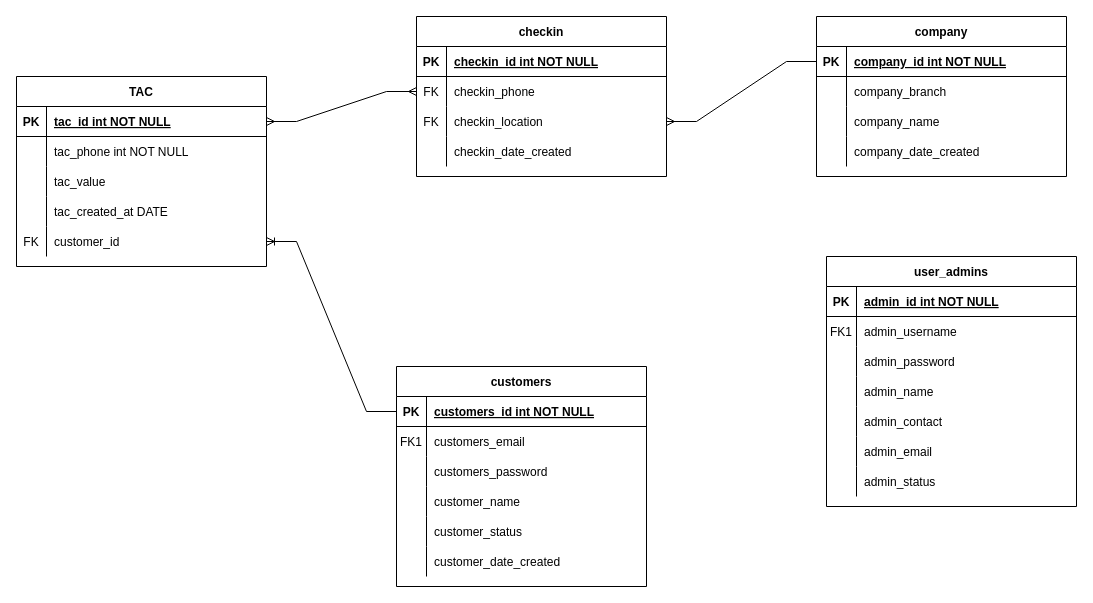
Above: daily_assignment.drawio in ahmadanwar93/SET_Day_28 (draw.io), before the change. Source tidied: cells renumbered, new cells numbered last; positions are measured from the earlier drawing's top-left corner, leaving out a move shared by most shapes. Both pictures are drawn from the tidied source at 100%, with x=0, y=0 at pixel (16, 16).
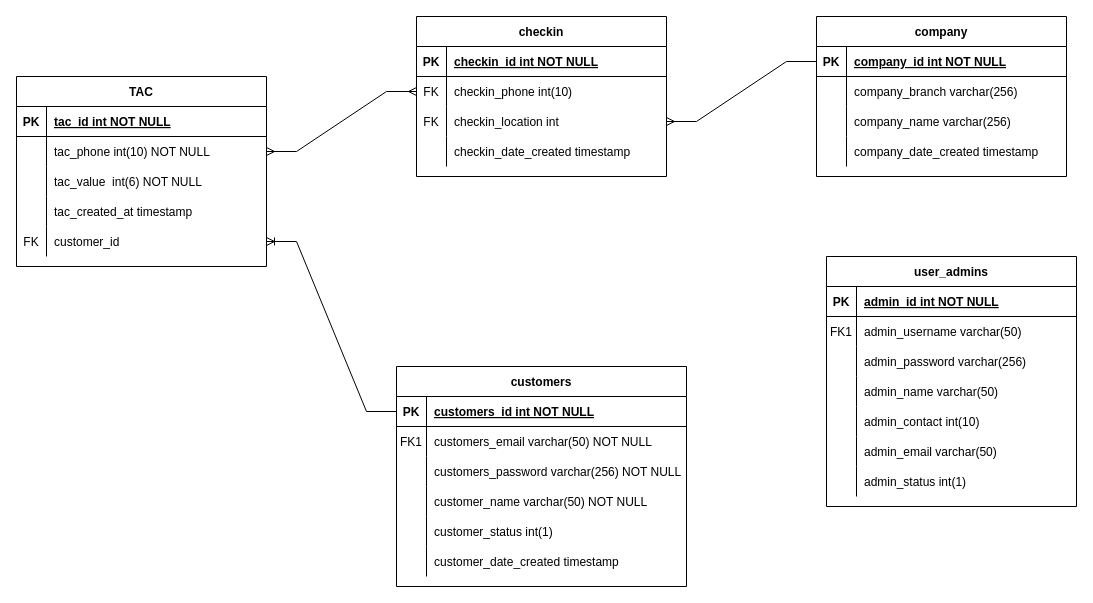
After the change.

The change refers to these unchanged cells:
```xml
<mxCell id="6" style="shape=partialRectangle;fillColor=none;top=0;left=0;right=0;bottom=0;" parent="2" vertex="1">
  <mxGeometry y="60" width="250" height="30" as="geometry" />
</mxCell>
<mxCell id="9" style="shape=partialRectangle;fillColor=none;top=0;left=0;right=0;bottom=0;" parent="2" vertex="1">
  <mxGeometry y="90" width="250" height="30" as="geometry" />
</mxCell>
<mxCell id="12" style="shape=partialRectangle;fillColor=none;top=0;left=0;right=0;bottom=0;" parent="2" vertex="1">
  <mxGeometry y="120" width="250" height="30" as="geometry" />
</mxCell>
<mxCell id="19" style="shape=partialRectangle;fillColor=none;top=0;left=0;right=0;bottom=0;" parent="15" vertex="1">
  <mxGeometry y="60" width="250" height="30" as="geometry" />
</mxCell>
<mxCell id="22" style="shape=partialRectangle;fillColor=none;top=0;left=0;right=0;bottom=0;" parent="15" vertex="1">
  <mxGeometry y="90" width="250" height="30" as="geometry" />
</mxCell>
<mxCell id="25" style="shape=partialRectangle;fillColor=none;top=0;left=0;right=0;bottom=0;" parent="15" vertex="1">
  <mxGeometry y="120" width="250" height="30" as="geometry" />
</mxCell>
<mxCell id="28" style="shape=partialRectangle;fillColor=none;top=0;left=0;right=0;bottom=0;" parent="15" vertex="1">
  <mxGeometry y="150" width="250" height="30" as="geometry" />
</mxCell>
<mxCell id="31" style="shape=partialRectangle;fillColor=none;top=0;left=0;right=0;bottom=0;" parent="15" vertex="1">
  <mxGeometry y="180" width="250" height="30" as="geometry" />
</mxCell>
<mxCell id="34" style="shape=partialRectangle;fillColor=none;top=0;left=0;right=0;bottom=0;" parent="15" vertex="1">
  <mxGeometry y="210" width="250" height="30" as="geometry" />
</mxCell>
<mxCell id="41" style="shape=partialRectangle;fillColor=none;points=[[0,0.5],[1,0.5]];portConstraint=eastwest;top=0;left=0;right=0;bottom=0;" parent="37" vertex="1">
  <mxGeometry y="60" width="250" height="30" as="geometry" />
</mxCell>
<mxCell id="44" style="shape=partialRectangle;fillColor=none;points=[[0,0.5],[1,0.5]];portConstraint=eastwest;top=0;left=0;right=0;bottom=0;" parent="37" vertex="1">
  <mxGeometry y="90" width="250" height="30" as="geometry" />
</mxCell>
<mxCell id="47" style="shape=partialRectangle;fillColor=none;top=0;left=0;right=0;bottom=0;" parent="37" vertex="1">
  <mxGeometry y="120" width="250" height="30" as="geometry" />
</mxCell>
<mxCell id="51" style="shape=partialRectangle;fillColor=none;points=[[0,0.5],[1,0.5]];portConstraint=eastwest;top=0;left=0;right=0;bottom=1;" parent="50" vertex="1">
  <mxGeometry y="30" width="250" height="30" as="geometry" />
</mxCell>
<mxCell id="54" style="shape=partialRectangle;fillColor=none;points=[[0,0.5],[1,0.5]];portConstraint=eastwest;top=0;left=0;right=0;bottom=0;" parent="50" vertex="1">
  <mxGeometry y="60" width="250" height="30" as="geometry" />
</mxCell>
<mxCell id="57" style="shape=partialRectangle;fillColor=none;top=0;left=0;right=0;bottom=0;" parent="50" vertex="1">
  <mxGeometry y="90" width="250" height="30" as="geometry" />
</mxCell>
<mxCell id="60" style="shape=partialRectangle;fillColor=none;top=0;left=0;right=0;bottom=0;" parent="50" vertex="1">
  <mxGeometry y="120" width="250" height="30" as="geometry" />
</mxCell>
```

The edit, as a diff of the source:
```diff
@@
-    <mxCell id="8" value="company_branch" style="shape=partialRectangle;overflow=hidden;fillColor=none;top=0;left=0;bottom=0;right=0;align=left;spacingLeft=6;" parent="6" vertex="1">
+    <mxCell id="8" value="company_branch varchar(256)" style="shape=partialRectangle;overflow=hidden;fillColor=none;top=0;left=0;bottom=0;right=0;align=left;spacingLeft=6;" parent="6" vertex="1">
       <mxGeometry x="30" width="220" height="30" as="geometry" />
     </mxCell>
@@
-    <mxCell id="11" value="company_name" style="shape=partialRectangle;overflow=hidden;fillColor=none;top=0;left=0;bottom=0;right=0;align=left;spacingLeft=6;" parent="9" vertex="1">
+    <mxCell id="11" value="company_name varchar(256)" style="shape=partialRectangle;overflow=hidden;fillColor=none;top=0;left=0;bottom=0;right=0;align=left;spacingLeft=6;" parent="9" vertex="1">
       <mxGeometry x="30" width="220" height="30" as="geometry" />
     </mxCell>
@@
-    <mxCell id="14" value="company_date_created" style="shape=partialRectangle;overflow=hidden;fillColor=none;top=0;left=0;bottom=0;right=0;align=left;spacingLeft=6;" parent="12" vertex="1">
+    <mxCell id="14" value="company_date_created timestamp" style="shape=partialRectangle;overflow=hidden;fillColor=none;top=0;left=0;bottom=0;right=0;align=left;spacingLeft=6;" parent="12" vertex="1">
       <mxGeometry x="30" width="220" height="30" as="geometry" />
     </mxCell>
@@
-    <mxCell id="21" value="admin_username" style="shape=partialRectangle;overflow=hidden;fillColor=none;top=0;left=0;bottom=0;right=0;align=left;spacingLeft=6;" parent="19" vertex="1">
+    <mxCell id="21" value="admin_username varchar(50)" style="shape=partialRectangle;overflow=hidden;fillColor=none;top=0;left=0;bottom=0;right=0;align=left;spacingLeft=6;" parent="19" vertex="1">
       <mxGeometry x="30" width="220" height="30" as="geometry" />
     </mxCell>
@@
-    <mxCell id="24" value="admin_password" style="shape=partialRectangle;overflow=hidden;fillColor=none;top=0;left=0;bottom=0;right=0;align=left;spacingLeft=6;" parent="22" vertex="1">
+    <mxCell id="24" value="admin_password varchar(256)" style="shape=partialRectangle;overflow=hidden;fillColor=none;top=0;left=0;bottom=0;right=0;align=left;spacingLeft=6;" parent="22" vertex="1">
       <mxGeometry x="30" width="220" height="30" as="geometry" />
     </mxCell>
@@
-    <mxCell id="27" value="admin_name" style="shape=partialRectangle;overflow=hidden;fillColor=none;top=0;left=0;bottom=0;right=0;align=left;spacingLeft=6;" parent="25" vertex="1">
+    <mxCell id="27" value="admin_name varchar(50)" style="shape=partialRectangle;overflow=hidden;fillColor=none;top=0;left=0;bottom=0;right=0;align=left;spacingLeft=6;" parent="25" vertex="1">
       <mxGeometry x="30" width="220" height="30" as="geometry" />
     </mxCell>
@@
-    <mxCell id="30" value="admin_contact" style="shape=partialRectangle;overflow=hidden;fillColor=none;top=0;left=0;bottom=0;right=0;align=left;spacingLeft=6;" parent="28" vertex="1">
+    <mxCell id="30" value="admin_contact int(10)" style="shape=partialRectangle;overflow=hidden;fillColor=none;top=0;left=0;bottom=0;right=0;align=left;spacingLeft=6;" parent="28" vertex="1">
       <mxGeometry x="30" width="220" height="30" as="geometry" />
     </mxCell>
@@
-    <mxCell id="33" value="admin_email" style="shape=partialRectangle;overflow=hidden;fillColor=none;top=0;left=0;bottom=0;right=0;align=left;spacingLeft=6;" parent="31" vertex="1">
+    <mxCell id="33" value="admin_email varchar(50)" style="shape=partialRectangle;overflow=hidden;fillColor=none;top=0;left=0;bottom=0;right=0;align=left;spacingLeft=6;" parent="31" vertex="1">
       <mxGeometry x="30" width="220" height="30" as="geometry" />
     </mxCell>
@@
-    <mxCell id="36" value="admin_status" style="shape=partialRectangle;overflow=hidden;fillColor=none;top=0;left=0;bottom=0;right=0;align=left;spacingLeft=6;" parent="34" vertex="1">
+    <mxCell id="36" value="admin_status int(1)" style="shape=partialRectangle;overflow=hidden;fillColor=none;top=0;left=0;bottom=0;right=0;align=left;spacingLeft=6;" parent="34" vertex="1">
       <mxGeometry x="30" width="220" height="30" as="geometry" />
     </mxCell>
@@
-    <mxCell id="43" value="checkin_phone" style="shape=partialRectangle;overflow=hidden;fillColor=none;top=0;left=0;bottom=0;right=0;align=left;spacingLeft=6;" parent="41" vertex="1">
+    <mxCell id="43" value="checkin_phone int(10)" style="shape=partialRectangle;overflow=hidden;fillColor=none;top=0;left=0;bottom=0;right=0;align=left;spacingLeft=6;" parent="41" vertex="1">
       <mxGeometry x="30" width="220" height="30" as="geometry" />
     </mxCell>
@@
-    <mxCell id="46" value="checkin_location" style="shape=partialRectangle;overflow=hidden;fillColor=none;top=0;left=0;bottom=0;right=0;align=left;spacingLeft=6;" parent="44" vertex="1">
+    <mxCell id="46" value="checkin_location int" style="shape=partialRectangle;overflow=hidden;fillColor=none;top=0;left=0;bottom=0;right=0;align=left;spacingLeft=6;" parent="44" vertex="1">
       <mxGeometry x="30" width="220" height="30" as="geometry" />
     </mxCell>
@@
-    <mxCell id="49" value="checkin_date_created" style="shape=partialRectangle;overflow=hidden;fillColor=none;top=0;left=0;bottom=0;right=0;align=left;spacingLeft=6;" parent="47" vertex="1">
+    <mxCell id="49" value="checkin_date_created timestamp" style="shape=partialRectangle;overflow=hidden;fillColor=none;top=0;left=0;bottom=0;right=0;align=left;spacingLeft=6;" parent="47" vertex="1">
       <mxGeometry x="30" width="220" height="30" as="geometry" />
     </mxCell>
@@
-    <mxCell id="56" value="tac_phone int NOT NULL" style="shape=partialRectangle;overflow=hidden;fillColor=none;top=0;left=0;bottom=0;right=0;align=left;spacingLeft=6;" parent="54" vertex="1">
+    <mxCell id="56" value="tac_phone int(10) NOT NULL" style="shape=partialRectangle;overflow=hidden;fillColor=none;top=0;left=0;bottom=0;right=0;align=left;spacingLeft=6;" parent="54" vertex="1">
       <mxGeometry x="30" width="220" height="30" as="geometry" />
     </mxCell>
@@
-    <mxCell id="59" value="tac_value  " style="shape=partialRectangle;overflow=hidden;fillColor=none;top=0;left=0;bottom=0;right=0;align=left;spacingLeft=6;" parent="57" vertex="1">
+    <mxCell id="59" value="tac_value  int(6) NOT NULL" style="shape=partialRectangle;overflow=hidden;fillColor=none;top=0;left=0;bottom=0;right=0;align=left;spacingLeft=6;" parent="57" vertex="1">
       <mxGeometry x="30" width="220" height="30" as="geometry" />
     </mxCell>
@@
-    <mxCell id="62" value="tac_created_at DATE" style="shape=partialRectangle;overflow=hidden;fillColor=none;top=0;left=0;bottom=0;right=0;align=left;spacingLeft=6;" parent="60" vertex="1">
+    <mxCell id="62" value="tac_created_at timestamp" style="shape=partialRectangle;overflow=hidden;fillColor=none;top=0;left=0;bottom=0;right=0;align=left;spacingLeft=6;" parent="60" vertex="1">
       <mxGeometry x="30" width="220" height="30" as="geometry" />
     </mxCell>
@@
     <mxCell id="66" value="customers" style="shape=table;startSize=30;childLayout=tableLayout;rowLines=0;fontStyle=1;align=center;" parent="1" vertex="1">
-      <mxGeometry x="380" y="350" width="250" height="220" as="geometry" />
+      <mxGeometry x="380" y="350" width="290" height="220" as="geometry" />
     </mxCell>
     <mxCell id="67" style="shape=partialRectangle;fillColor=none;points=[[0,0.5],[1,0.5]];portConstraint=eastwest;top=0;left=0;right=0;bottom=1;" parent="66" vertex="1">
-      <mxGeometry y="30" width="250" height="30" as="geometry" />
+      <mxGeometry y="30" width="290" height="30" as="geometry" />
     </mxCell>
@@
     <mxCell id="69" value="customers_id int NOT NULL " style="shape=partialRectangle;overflow=hidden;fillColor=none;top=0;left=0;bottom=0;right=0;align=left;spacingLeft=6;fontStyle=5;" parent="67" vertex="1">
-      <mxGeometry x="30" width="220" height="30" as="geometry" />
+      <mxGeometry x="30" width="260" height="30" as="geometry" />
     </mxCell>
     <mxCell id="70" style="shape=partialRectangle;fillColor=none;top=0;left=0;right=0;bottom=0;" parent="66" vertex="1">
-      <mxGeometry y="60" width="250" height="30" as="geometry" />
+      <mxGeometry y="60" width="290" height="30" as="geometry" />
     </mxCell>
@@
-    <mxCell id="72" value="customers_email" style="shape=partialRectangle;overflow=hidden;fillColor=none;top=0;left=0;bottom=0;right=0;align=left;spacingLeft=6;" parent="70" vertex="1">
-      <mxGeometry x="30" width="220" height="30" as="geometry" />
+    <mxCell id="72" value="customers_email varchar(50) NOT NULL" style="shape=partialRectangle;overflow=hidden;fillColor=none;top=0;left=0;bottom=0;right=0;align=left;spacingLeft=6;" parent="70" vertex="1">
+      <mxGeometry x="30" width="260" height="30" as="geometry" />
     </mxCell>
     <mxCell id="73" style="shape=partialRectangle;fillColor=none;top=0;left=0;right=0;bottom=0;" parent="66" vertex="1">
-      <mxGeometry y="90" width="250" height="30" as="geometry" />
+      <mxGeometry y="90" width="290" height="30" as="geometry" />
     </mxCell>
@@
-    <mxCell id="75" value="customers_password" style="shape=partialRectangle;overflow=hidden;fillColor=none;top=0;left=0;bottom=0;right=0;align=left;spacingLeft=6;" parent="73" vertex="1">
-      <mxGeometry x="30" width="220" height="30" as="geometry" />
+    <mxCell id="75" value="customers_password varchar(256) NOT NULL" style="shape=partialRectangle;overflow=hidden;fillColor=none;top=0;left=0;bottom=0;right=0;align=left;spacingLeft=6;" parent="73" vertex="1">
+      <mxGeometry x="30" width="260" height="30" as="geometry" />
     </mxCell>
     <mxCell id="76" style="shape=partialRectangle;fillColor=none;top=0;left=0;right=0;bottom=0;" parent="66" vertex="1">
-      <mxGeometry y="120" width="250" height="30" as="geometry" />
+      <mxGeometry y="120" width="290" height="30" as="geometry" />
     </mxCell>
@@
-    <mxCell id="78" value="customer_name" style="shape=partialRectangle;overflow=hidden;fillColor=none;top=0;left=0;bottom=0;right=0;align=left;spacingLeft=6;" parent="76" vertex="1">
-      <mxGeometry x="30" width="220" height="30" as="geometry" />
+    <mxCell id="78" value="customer_name varchar(50) NOT NULL" style="shape=partialRectangle;overflow=hidden;fillColor=none;top=0;left=0;bottom=0;right=0;align=left;spacingLeft=6;" parent="76" vertex="1">
+      <mxGeometry x="30" width="260" height="30" as="geometry" />
     </mxCell>
     <mxCell id="79" style="shape=partialRectangle;fillColor=none;top=0;left=0;right=0;bottom=0;" parent="66" vertex="1">
-      <mxGeometry y="150" width="250" height="30" as="geometry" />
+      <mxGeometry y="150" width="290" height="30" as="geometry" />
     </mxCell>
@@
-    <mxCell id="81" value="customer_status" style="shape=partialRectangle;overflow=hidden;fillColor=none;top=0;left=0;bottom=0;right=0;align=left;spacingLeft=6;" parent="79" vertex="1">
-      <mxGeometry x="30" width="220" height="30" as="geometry" />
+    <mxCell id="81" value="customer_status int(1) " style="shape=partialRectangle;overflow=hidden;fillColor=none;top=0;left=0;bottom=0;right=0;align=left;spacingLeft=6;" parent="79" vertex="1">
+      <mxGeometry x="30" width="260" height="30" as="geometry" />
     </mxCell>
     <mxCell id="82" style="shape=partialRectangle;fillColor=none;top=0;left=0;right=0;bottom=0;" parent="66" vertex="1">
-      <mxGeometry y="180" width="250" height="30" as="geometry" />
+      <mxGeometry y="180" width="290" height="30" as="geometry" />
     </mxCell>
@@
-    <mxCell id="84" value="customer_date_created" style="shape=partialRectangle;overflow=hidden;fillColor=none;top=0;left=0;bottom=0;right=0;align=left;spacingLeft=6;" parent="82" vertex="1">
-      <mxGeometry x="30" width="220" height="30" as="geometry" />
+    <mxCell id="84" value="customer_date_created timestamp" style="shape=partialRectangle;overflow=hidden;fillColor=none;top=0;left=0;bottom=0;right=0;align=left;spacingLeft=6;" parent="82" vertex="1">
+      <mxGeometry x="30" width="260" height="30" as="geometry" />
     </mxCell>
@@
-    <mxCell id="86" style="edgeStyle=entityRelationEdgeStyle;fontSize=12;html=1;endArrow=ERmany;startArrow=ERmany;rounded=0;entryX=0;entryY=0.5;entryDx=0;entryDy=0;exitX=1;exitY=0.5;exitDx=0;exitDy=0;" parent="1" edge="1" source="51" target="41">
+    <mxCell id="86" style="edgeStyle=entityRelationEdgeStyle;fontSize=12;html=1;endArrow=ERmany;startArrow=ERmany;rounded=0;entryX=0;entryY=0.5;entryDx=0;entryDy=0;exitX=1;exitY=0.5;exitDx=0;exitDy=0;" parent="1" edge="1" source="54" target="41">
       <mxGeometry relative="1" as="geometry" />
     </mxCell>
```
